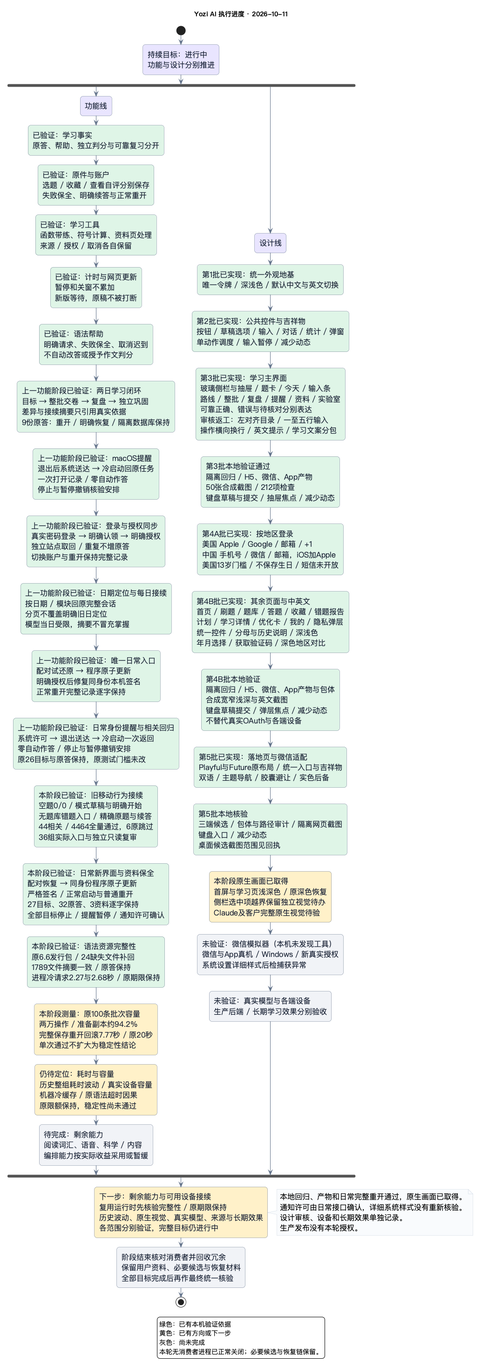
Earlier version of the PlantUML export docs/diagrams/13-progress.png (djblack1209-coder/EXAM-MASTER). Its source is kept beside it as docs/diagrams/13-progress.puml.
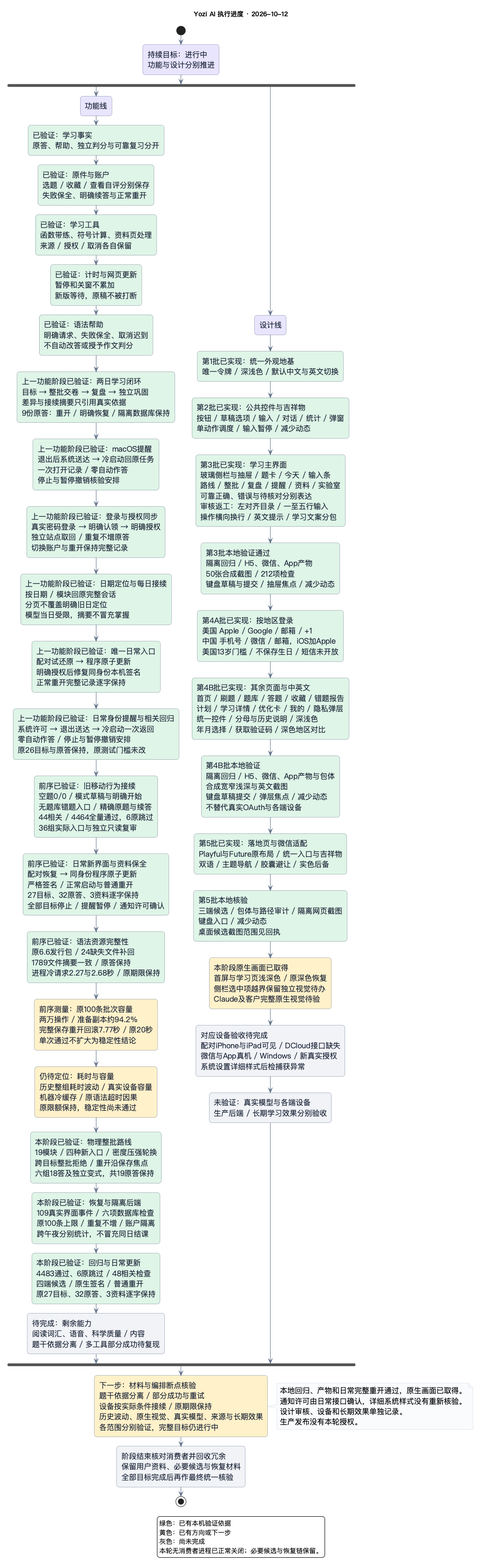
Above is the later version.

What changed in the source:
```diff
@@ -1,5 +1,5 @@
 @startuml
-title Yozi AI 执行进度 · 2026-10-11
+title Yozi AI 执行进度 · 2026-10-12
 
 skinparam backgroundColor #FFFFFF
 skinparam defaultFontName "PingFang SC"
@@ -29,12 +29,15 @@
     :上一功能阶段已验证：日期定位与每日接续\n按日期 / 模块回原完整会话\n分页不覆盖明确旧日定位\n模型当日受限，摘要不冒充掌握; <<#DFF5E6>>
     :上一功能阶段已验证：唯一日常入口\n配对试还原 → 程序原子更新\n明确授权后修复同身份本机签名\n正常重开完整记录逐字保持; <<#DFF5E6>>
     :上一功能阶段已验证：日常身份提醒与相关回归\n系统许可 → 退出送达 → 冷启动一次返回\n零自动作答 / 停止与暂停撤销安排\n原26目标与原答保持，原测试门槛未改; <<#DFF5E6>>
-    :本阶段已验证：旧移动行为接续\n空题0/0 / 模式草稿与明确开始\n无题库错题入口 / 精确原题与续答\n44相关 / 4464全量通过，6原跳过\n36组实际入口与独立只读复审; <<#DFF5E6>>
-    :本阶段已验证：日常新界面与资料保全\n配对恢复 → 同身份程序原子更新\n严格签名 / 正常启动与普通重开\n27目标、32原答、3资料逐字保持\n全部目标停止 / 提醒暂停 / 通知许可确认; <<#DFF5E6>>
-    :本阶段已验证：语法资源完整性\n原6.6发行包 / 24缺失文件补回\n1789文件摘要一致 / 原答保持\n进程冷请求2.27与2.68秒 / 原期限保持; <<#DFF5E6>>
-    :本阶段测量：原100条批次容量\n两万操作 / 准备副本约94.2%\n完整保存重开回滚7.77秒 / 原20秒\n单次通过不扩大为稳定性结论; <<#FFF1C9>>
+    :前序已验证：旧移动行为接续\n空题0/0 / 模式草稿与明确开始\n无题库错题入口 / 精确原题与续答\n44相关 / 4464全量通过，6原跳过\n36组实际入口与独立只读复审; <<#DFF5E6>>
+    :前序已验证：日常新界面与资料保全\n配对恢复 → 同身份程序原子更新\n严格签名 / 正常启动与普通重开\n27目标、32原答、3资料逐字保持\n全部目标停止 / 提醒暂停 / 通知许可确认; <<#DFF5E6>>
+    :前序已验证：语法资源完整性\n原6.6发行包 / 24缺失文件补回\n1789文件摘要一致 / 原答保持\n进程冷请求2.27与2.68秒 / 原期限保持; <<#DFF5E6>>
+    :前序测量：原100条批次容量\n两万操作 / 准备副本约94.2%\n完整保存重开回滚7.77秒 / 原20秒\n单次通过不扩大为稳定性结论; <<#FFF1C9>>
     :仍待定位：耗时与容量\n历史整组耗时波动 / 真实设备容量\n机器冷缓存 / 原语法超时因果\n原限额保持，稳定性尚未通过; <<#FFF1C9>>
-    :待完成：剩余能力\n阅读词汇、语音、科学 / 内容\n编排能力按实际收益采用或暂缓; <<#F0F2F6>>
+    :本阶段已验证：物理整批路线\n19模块 / 四种新入口 / 密度压强轮换\n跨目标整批拒绝 / 重开沿保存焦点\n六组18答及独立变式，共19原答保持; <<#DFF5E6>>
+    :本阶段已验证：恢复与隔离后端\n109真实界面事件 / 六项数据库检查\n原100条上限 / 重复不增 / 账户隔离\n跨午夜分别统计，不冒充同日结课; <<#DFF5E6>>
+    :本阶段已验证：回归与日常更新\n4483通过、6原跳过 / 48相关检查\n四端候选 / 原生签名 / 普通重开\n原27目标、32原答、3资料逐字保持; <<#DFF5E6>>
+    :待完成：剩余能力\n阅读词汇、语音、科学质量 / 内容\n题干依据分离 / 多工具部分成功待复现; <<#F0F2F6>>
 fork again
     :设计线; <<#E8E5FF>>
     :第1批已实现：统一外观地基\n唯一令牌 / 深浅色 / 默认中文与英文切换; <<#DFF5E6>>
@@ -47,11 +50,11 @@
     :第5批已实现：落地页与微信适配\nPlayful与Future原布局 / 统一入口与吉祥物\n双语 / 主题导航 / 胶囊避让 / 实色后备; <<#DFF5E6>>
     :第5批本地核验\n三端候选 / 包体与路径审计 / 隔离网页截图\n键盘入口 / 减少动态\n桌面候选截图范围见回执; <<#DFF5E6>>
     :本阶段原生画面已取得\n首屏与学习页浅深色 / 原深色恢复\n侧栏选中项越界保留独立视觉待办\nClaude及客户完整原生视觉待验; <<#FFF1C9>>
-    :未验证：微信模拟器（本机未发现工具）\n微信与App真机 / Windows / 新真实授权\n系统设置详细样式后检捕获异常; <<#F0F2F6>>
+    :对应设备验收待完成\n配对iPhone与iPad可见 / DCloud接口缺失\n微信与App真机 / Windows / 新真实授权\n系统设置详细样式后检捕获异常; <<#F0F2F6>>
     :未验证：真实模型与各端设备\n生产后端 / 长期学习效果分别验收; <<#F0F2F6>>
 end fork
 
-:下一步：剩余能力与可用设备接续\n复用运行时先核验完整性 / 原期限保持\n历史波动、原生视觉、真实模型、来源与长期效果\n各范围分别验证，完整目标仍进行中; <<#FFF1C9>>
+:下一步：材料与编排断点核验\n题干依据分离 / 部分成功与重试\n设备按实际条件接续 / 原期限保持\n历史波动、原生视觉、真实模型、来源与长期效果\n各范围分别验证，完整目标仍进行中; <<#FFF1C9>>
 note right
   本地回归、产物和日常完整重开通过，原生画面已取得。
   通知许可由日常接口确认，详细系统样式没有重新核验。
```
